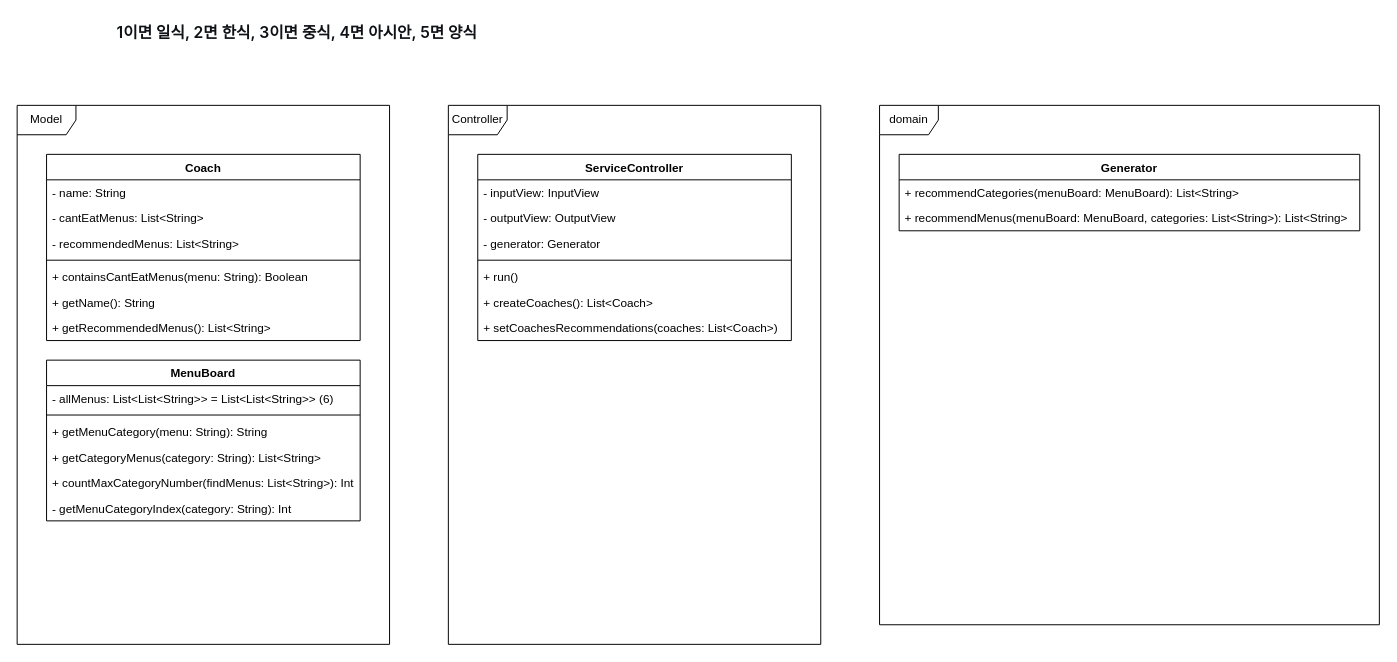
Before: docs/Diagram_Menu.drawio in otter66/kotlin-menu, a draw.io diagram. Source tidied: cells renumbered, new cells numbered last; positions are measured from the earlier drawing's top-left corner, leaving out a move shared by most shapes. Both pictures are drawn from the tidied source at 98%, with x=0, y=0 at pixel (17, 17).
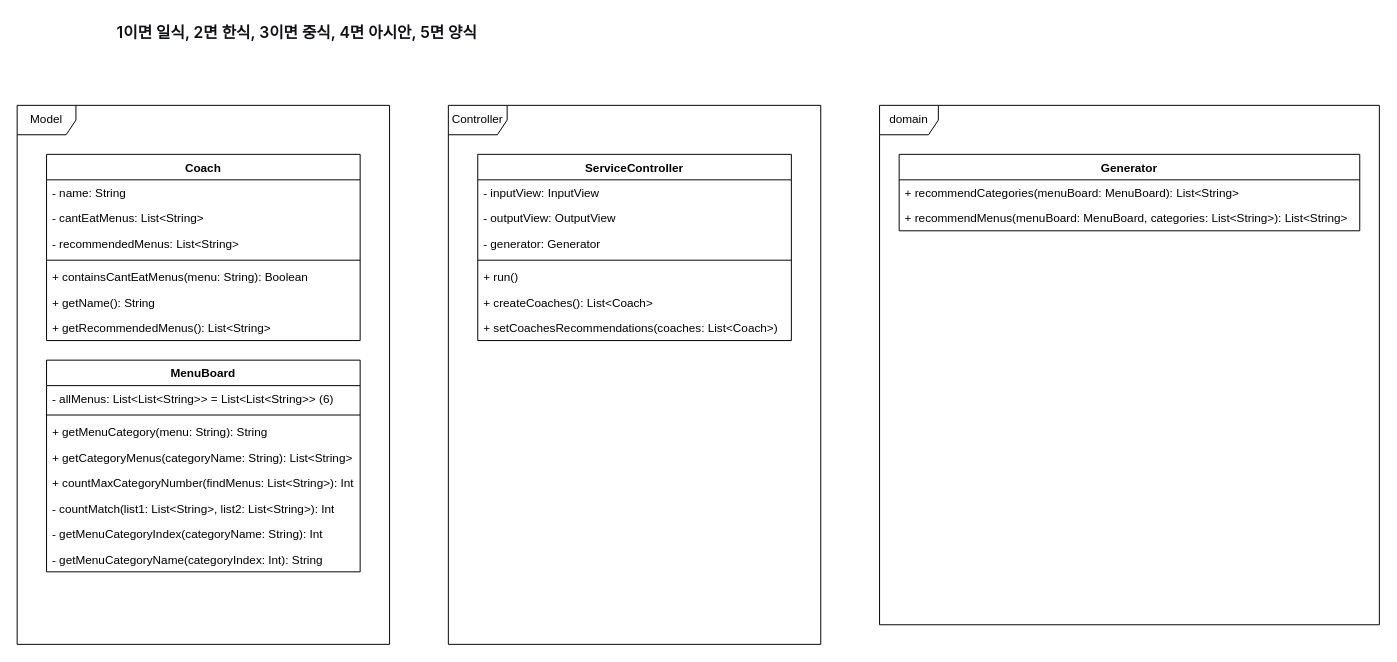
Above is the later version.

Commit message:
docs: 다이어그램 업데이트 (MenuBoard Class)

The edit, as a diff of the source:
```diff
@@
     <mxCell id="12" value="MenuBoard" style="swimlane;fontStyle=1;align=center;verticalAlign=top;horizontal=1;startSize=26;" parent="1" vertex="1">
-      <mxGeometry x="30" y="350" width="320" height="164" as="geometry" />
+      <mxGeometry x="30" y="350" width="320" height="216" as="geometry" />
     </mxCell>
@@
-    <mxCell id="16" value="+ getCategoryMenus(category: String): List&lt;String&gt;" style="text;strokeColor=none;fillColor=none;align=left;verticalAlign=top;spacingLeft=4;spacingRight=4;overflow=hidden;" parent="12" vertex="1">
+    <mxCell id="16" value="+ getCategoryMenus(categoryName: String): List&lt;String&gt;" style="text;strokeColor=none;fillColor=none;align=left;verticalAlign=top;spacingLeft=4;spacingRight=4;overflow=hidden;" parent="12" vertex="1">
       <mxGeometry y="86" width="320" height="26" as="geometry" />
     </mxCell>
@@
+    <mxCell id="32" value="- countMatch(list1: List&lt;String&gt;, list2: List&lt;String&gt;): Int" style="text;strokeColor=none;fillColor=none;align=left;verticalAlign=top;spacingLeft=4;spacingRight=4;overflow=hidden;" parent="12" vertex="1">
+      <mxGeometry y="138" width="320" height="26" as="geometry" />
+    </mxCell>
-    <mxCell id="18" value="- getMenuCategoryIndex(category: String): Int" style="text;strokeColor=none;fillColor=none;align=left;verticalAlign=top;spacingLeft=4;spacingRight=4;overflow=hidden;" parent="12" vertex="1">
-      <mxGeometry y="138" width="320" height="26" as="geometry" />
+    <mxCell id="18" value="- getMenuCategoryIndex(categoryName: String): Int" style="text;strokeColor=none;fillColor=none;align=left;verticalAlign=top;spacingLeft=4;spacingRight=4;overflow=hidden;" parent="12" vertex="1">
+      <mxGeometry y="164" width="320" height="26" as="geometry" />
     </mxCell>
+    <mxCell id="33" value="- getMenuCategoryName(categoryIndex: Int): String" style="text;strokeColor=none;fillColor=none;align=left;verticalAlign=top;spacingLeft=4;spacingRight=4;overflow=hidden;" parent="12" vertex="1">
+      <mxGeometry y="190" width="320" height="26" as="geometry" />
+    </mxCell>
```
